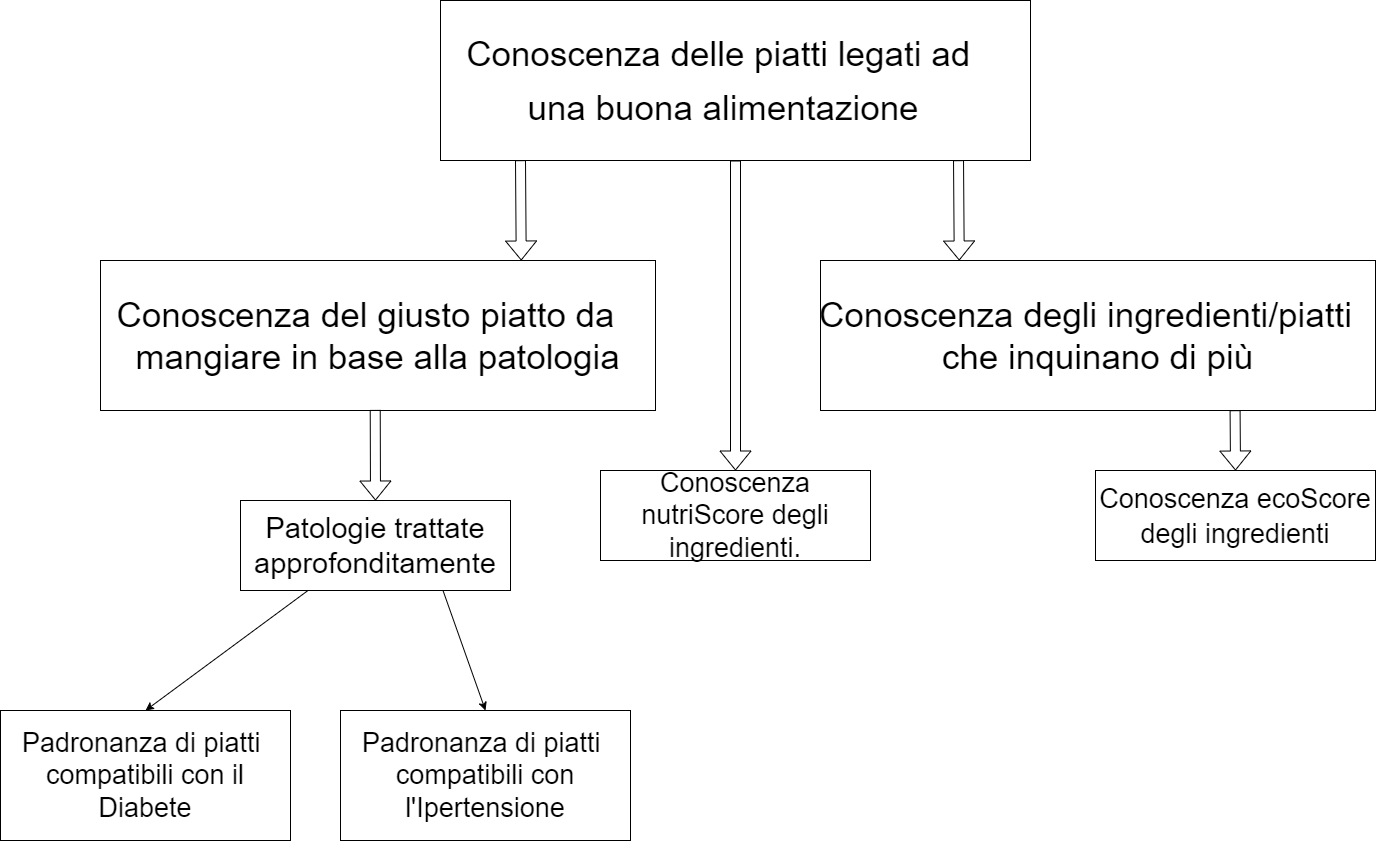
Earlier version of the draw.io export doc/Progetti Drawio/A diagramma competenze acquisite.drawio.png (zSavT/Healthy-Catering). Source tidied: cells renumbered, new cells last; positions are measured from the earlier drawing's top-left corner, leaving out a move shared by most shapes.
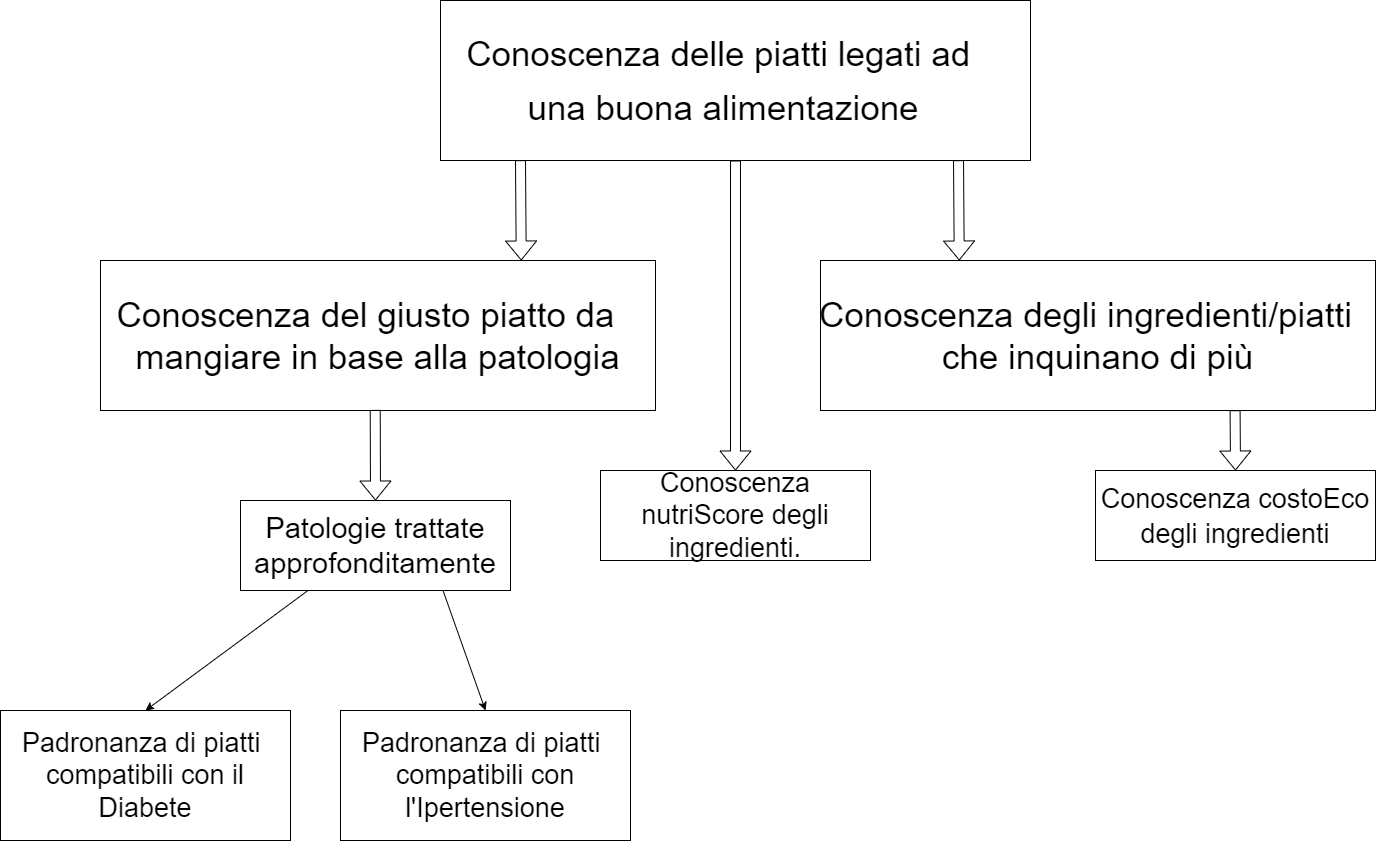
The same diagram one commit later.

Commit message:
Aggiornato diagramma competenze

Diff of the diagram source:
```diff
@@ -38,7 +38,7 @@
     <mxCell id="12" style="shape=flexArrow;endArrow=classic;html=1;rounded=0;fontSize=37;exitX=0.495;exitY=0.996;exitDx=0;exitDy=0;entryX=0.5;entryY=0;entryDx=0;entryDy=0;exitPerimeter=0;" parent="1" edge="1" source="3" target="8">
       <mxGeometry relative="1" as="geometry" />
     </mxCell>
-    <mxCell id="13" value="&lt;font style=&quot;font-size: 27px;&quot;&gt;Conoscenza ecoScore degli ingredienti&lt;/font&gt;" style="rounded=0;whiteSpace=wrap;html=1;fontSize=29;" parent="1" vertex="1">
+    <mxCell id="13" value="&lt;font style=&quot;font-size: 27px;&quot;&gt;Conoscenza costoEco degli ingredienti&lt;/font&gt;" style="rounded=0;whiteSpace=wrap;html=1;fontSize=29;" parent="1" vertex="1">
       <mxGeometry x="1095" y="470" width="280" height="90" as="geometry" />
     </mxCell>
     <mxCell id="14" style="shape=flexArrow;endArrow=classic;html=1;rounded=0;fontSize=37;exitX=0.747;exitY=0.998;exitDx=0;exitDy=0;entryX=0.5;entryY=0;entryDx=0;entryDy=0;exitPerimeter=0;" parent="1" edge="1" source="4" target="13">
```
